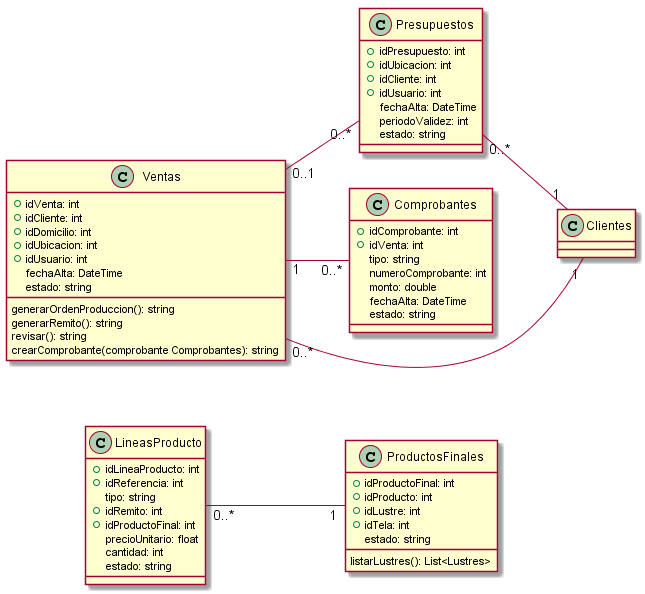
This is Informe Final/Imagenes/DiagramaClases/Vistas/vistaPresupuestosVentas.png from ZMGestion/DocumentacionZMGestion, a PlantUML export, as it was before one commit.
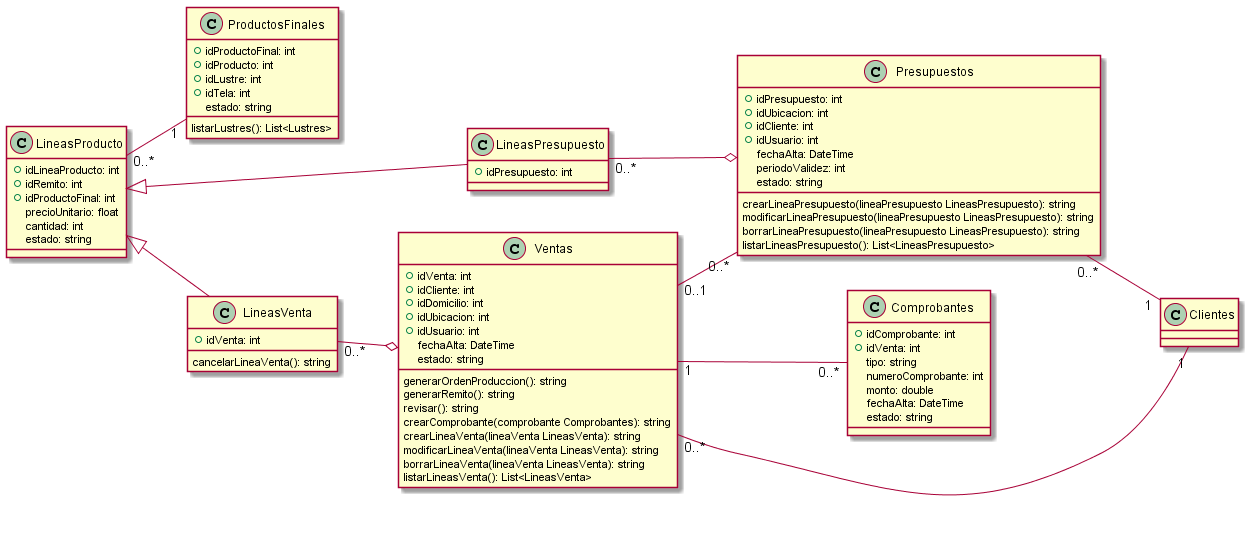
Later version of the same file.

Diff of the diagram source:
```diff
@@ -10,13 +10,19 @@
 }
 class LineasProducto{
     +idLineaProducto: int
-    +idReferencia: int
-    tipo: string
     +idRemito: int
     +idProductoFinal: int
     precioUnitario: float
     cantidad: int
     estado: string
+}
+class LineasVenta{
+    +idVenta: int
+
+    cancelarLineaVenta(): string
+}
+class LineasPresupuesto{
+    +idPresupuesto: int
 }
 class Ventas{
     +idVenta: int
@@ -31,6 +37,10 @@
     generarRemito(): string
     revisar(): string
     crearComprobante(comprobante Comprobantes): string
+    crearLineaVenta(lineaVenta LineasVenta): string
+    modificarLineaVenta(lineaVenta LineasVenta): string
+    borrarLineaVenta(lineaVenta LineasVenta): string
+    listarLineasVenta(): List<LineasVenta>
 }
 class Presupuestos{
     +idPresupuesto: int
@@ -40,6 +50,11 @@
     fechaAlta: DateTime
     periodoValidez: int
     estado: string
+
+    crearLineaPresupuesto(lineaPresupuesto LineasPresupuesto): string
+    modificarLineaPresupuesto(lineaPresupuesto LineasPresupuesto): string
+    borrarLineaPresupuesto(lineaPresupuesto LineasPresupuesto): string
+    listarLineasPresupuesto(): List<LineasPresupuesto>
 }
 class Comprobantes{
     +idComprobante: int
@@ -52,6 +67,10 @@
 }
 
 left to right direction
+LineasProducto <|-- LineasVenta
+LineasProducto <|-- LineasPresupuesto
+LineasVenta "0..*"--o Ventas
+LineasPresupuesto "0..*"--o Presupuestos
 Ventas "0..*" -- "1" Clientes
 Presupuestos "0..*"--"1" Clientes
 Ventas "0..1" -- "0..*" Presupuestos
```
